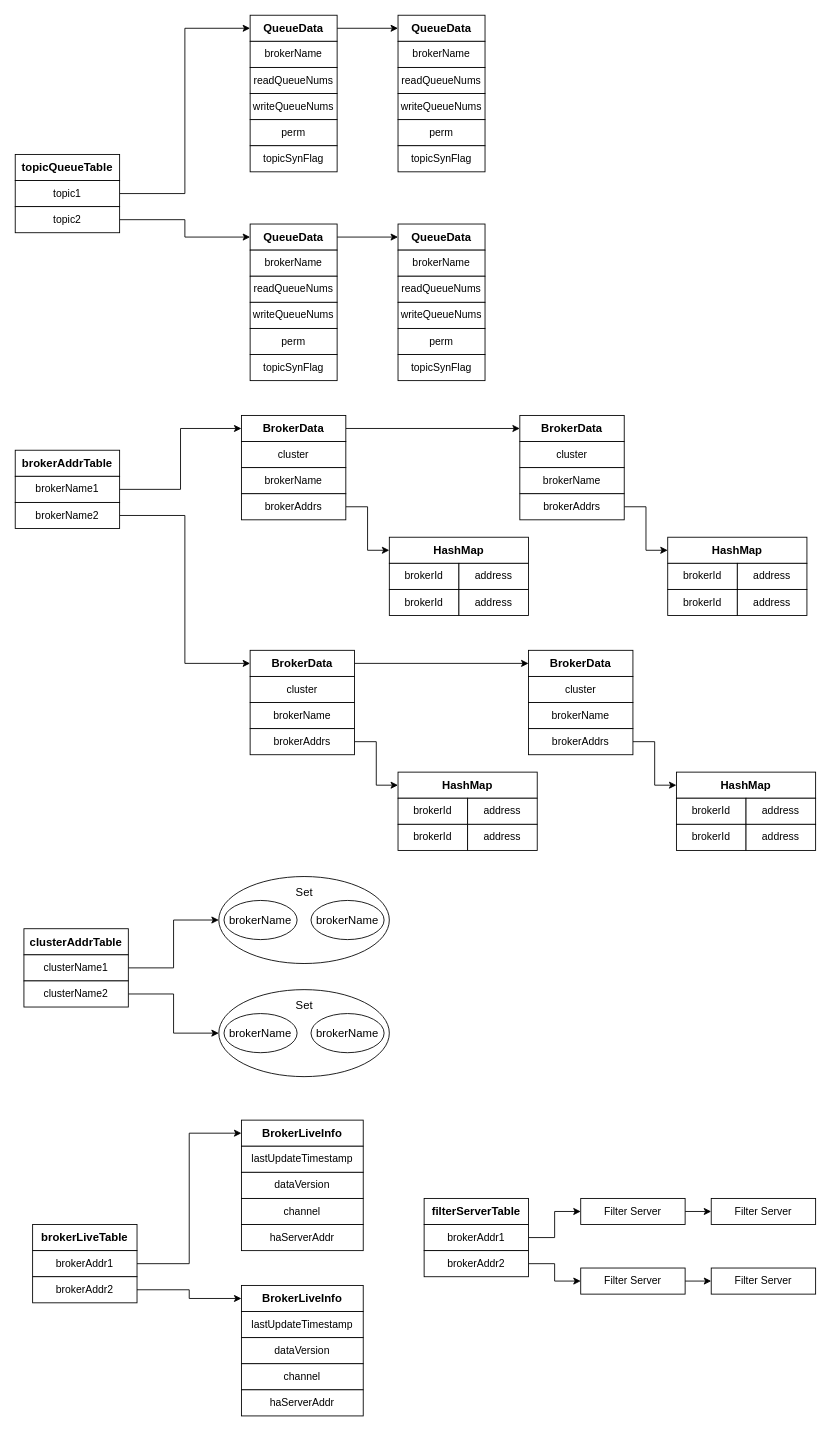
cquliaoli/drawio keeps this draw.io diagram as rocketmq/nameserver.drawio. Above is the earlier version. Source tidied: cells renumbered, new cells numbered last; positions are measured from the earlier drawing's top-left corner, leaving out a move shared by most shapes. Both pictures are drawn from the tidied source at 87%, with x=0, y=0 at pixel (15, 15).
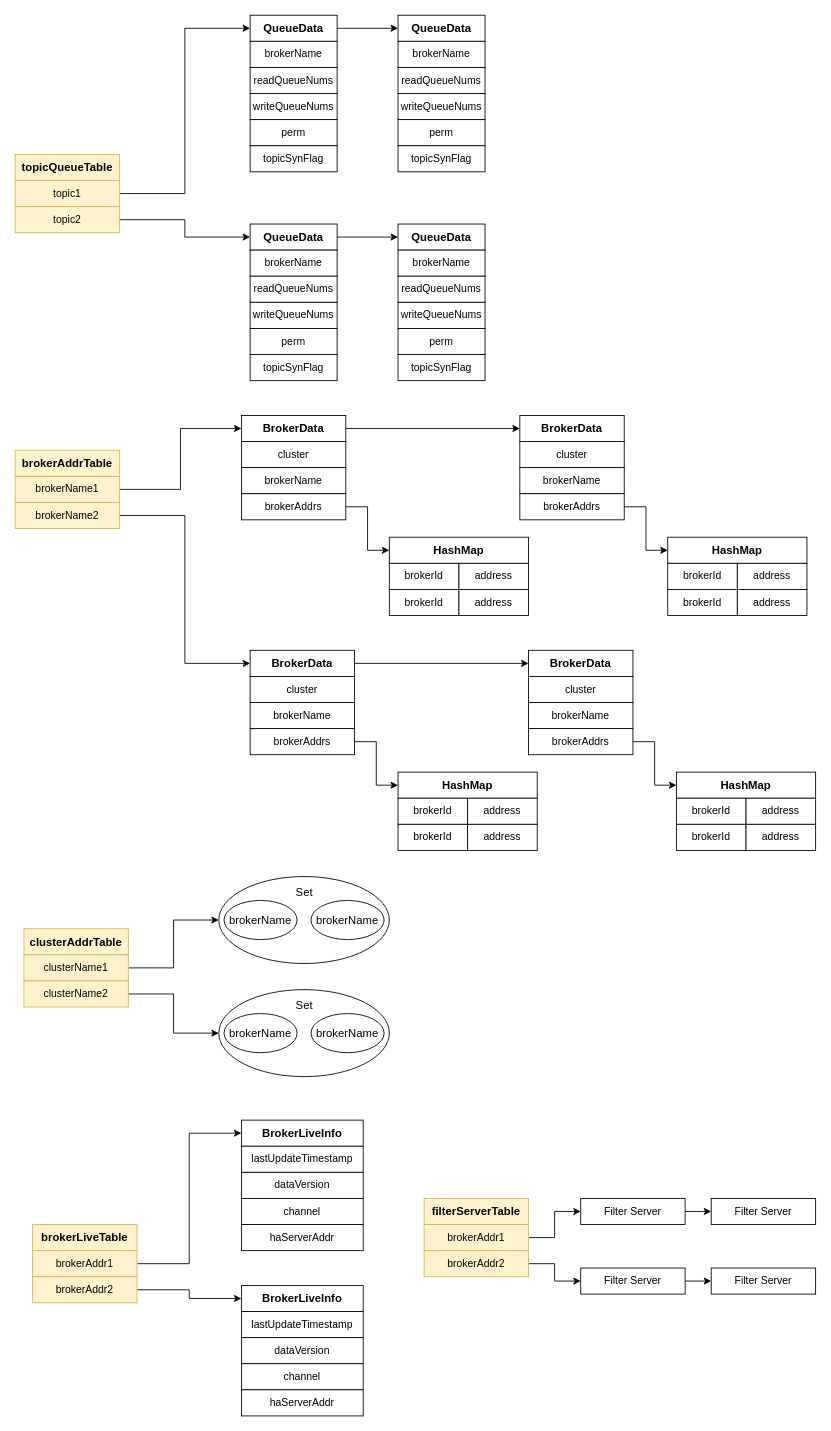
Above is the later version.

The edit, as a diff of the source:
```diff
@@
-    <mxCell id="2" value="topicQueueTable" style="whiteSpace=wrap;html=1;align=center;fontStyle=1;fontSize=13;" parent="1" vertex="1">
+    <mxCell id="2" value="topicQueueTable" style="whiteSpace=wrap;html=1;align=center;fontStyle=1;fontSize=13;fillColor=#fff2cc;strokeColor=#d6b656;" parent="1" vertex="1">
       <mxGeometry y="160" width="120" height="30" as="geometry" />
     </mxCell>
@@
-    <mxCell id="4" value="topic1" style="whiteSpace=wrap;html=1;align=center;" parent="1" vertex="1">
+    <mxCell id="4" value="topic1" style="whiteSpace=wrap;html=1;align=center;fillColor=#fff2cc;strokeColor=#d6b656;" parent="1" vertex="1">
       <mxGeometry y="190" width="120" height="30" as="geometry" />
     </mxCell>
@@
-    <mxCell id="6" value="topic2" style="whiteSpace=wrap;html=1;align=center;" parent="1" vertex="1">
+    <mxCell id="6" value="topic2" style="whiteSpace=wrap;html=1;align=center;fillColor=#fff2cc;strokeColor=#d6b656;" parent="1" vertex="1">
       <mxGeometry y="220" width="120" height="30" as="geometry" />
     </mxCell>
@@
-    <mxCell id="33" value="brokerAddrTable" style="whiteSpace=wrap;html=1;align=center;fontStyle=1;fontSize=13;" parent="1" vertex="1">
+    <mxCell id="33" value="brokerAddrTable" style="whiteSpace=wrap;html=1;align=center;fontStyle=1;fontSize=13;fillColor=#fff2cc;strokeColor=#d6b656;" parent="1" vertex="1">
       <mxGeometry y="500" width="120" height="30" as="geometry" />
     </mxCell>
@@
-    <mxCell id="35" value="brokerName1" style="whiteSpace=wrap;html=1;align=center;" parent="1" vertex="1">
+    <mxCell id="35" value="brokerName1" style="whiteSpace=wrap;html=1;align=center;fillColor=#fff2cc;strokeColor=#d6b656;" parent="1" vertex="1">
       <mxGeometry y="530" width="120" height="30" as="geometry" />
     </mxCell>
@@
-    <mxCell id="37" value="brokerName2" style="whiteSpace=wrap;html=1;align=center;" parent="1" vertex="1">
+    <mxCell id="37" value="brokerName2" style="whiteSpace=wrap;html=1;align=center;fillColor=#fff2cc;strokeColor=#d6b656;" parent="1" vertex="1">
       <mxGeometry y="560" width="120" height="30" as="geometry" />
     </mxCell>
@@
-    <mxCell id="80" value="clusterAddrTable" style="whiteSpace=wrap;html=1;align=center;fontStyle=1;fontSize=13;" parent="1" vertex="1">
+    <mxCell id="80" value="clusterAddrTable" style="whiteSpace=wrap;html=1;align=center;fontStyle=1;fontSize=13;fillColor=#fff2cc;strokeColor=#d6b656;" parent="1" vertex="1">
       <mxGeometry x="10" y="1050" width="120" height="30" as="geometry" />
     </mxCell>
@@
-    <mxCell id="82" value="clusterName1" style="whiteSpace=wrap;html=1;align=center;" parent="1" vertex="1">
+    <mxCell id="82" value="clusterName1" style="whiteSpace=wrap;html=1;align=center;fillColor=#fff2cc;strokeColor=#d6b656;" parent="1" vertex="1">
       <mxGeometry x="10" y="1080" width="120" height="30" as="geometry" />
     </mxCell>
@@
-    <mxCell id="84" value="clusterName2" style="whiteSpace=wrap;html=1;align=center;" parent="1" vertex="1">
+    <mxCell id="84" value="clusterName2" style="whiteSpace=wrap;html=1;align=center;fillColor=#fff2cc;strokeColor=#d6b656;" parent="1" vertex="1">
       <mxGeometry x="10" y="1110" width="120" height="30" as="geometry" />
     </mxCell>
@@
-    <mxCell id="93" value="brokerLiveTable" style="whiteSpace=wrap;html=1;align=center;fontStyle=1;fontSize=13;" parent="1" vertex="1">
+    <mxCell id="93" value="brokerLiveTable" style="whiteSpace=wrap;html=1;align=center;fontStyle=1;fontSize=13;fillColor=#fff2cc;strokeColor=#d6b656;" parent="1" vertex="1">
       <mxGeometry x="20" y="1390" width="120" height="30" as="geometry" />
     </mxCell>
@@
-    <mxCell id="95" value="brokerAddr1" style="whiteSpace=wrap;html=1;align=center;" parent="1" vertex="1">
+    <mxCell id="95" value="brokerAddr1" style="whiteSpace=wrap;html=1;align=center;fillColor=#fff2cc;strokeColor=#d6b656;" parent="1" vertex="1">
       <mxGeometry x="20" y="1420" width="120" height="30" as="geometry" />
     </mxCell>
@@
-    <mxCell id="97" value="brokerAddr2" style="whiteSpace=wrap;html=1;align=center;" parent="1" vertex="1">
+    <mxCell id="97" value="brokerAddr2" style="whiteSpace=wrap;html=1;align=center;fillColor=#fff2cc;strokeColor=#d6b656;" parent="1" vertex="1">
       <mxGeometry x="20" y="1450" width="120" height="30" as="geometry" />
     </mxCell>
@@
-    <mxCell id="108" value="filterServerTable" style="whiteSpace=wrap;html=1;align=center;fontStyle=1;fontSize=13;" parent="1" vertex="1">
+    <mxCell id="108" value="filterServerTable" style="whiteSpace=wrap;html=1;align=center;fontStyle=1;fontSize=13;fillColor=#fff2cc;strokeColor=#d6b656;" parent="1" vertex="1">
       <mxGeometry x="470" y="1360" width="120" height="30" as="geometry" />
     </mxCell>
@@
-    <mxCell id="110" value="brokerAddr1" style="whiteSpace=wrap;html=1;align=center;" parent="1" vertex="1">
+    <mxCell id="110" value="brokerAddr1" style="whiteSpace=wrap;html=1;align=center;fillColor=#fff2cc;strokeColor=#d6b656;" parent="1" vertex="1">
       <mxGeometry x="470" y="1390" width="120" height="30" as="geometry" />
     </mxCell>
@@
-    <mxCell id="112" value="brokerAddr2" style="whiteSpace=wrap;html=1;align=center;" parent="1" vertex="1">
+    <mxCell id="112" value="brokerAddr2" style="whiteSpace=wrap;html=1;align=center;fillColor=#fff2cc;strokeColor=#d6b656;" parent="1" vertex="1">
       <mxGeometry x="470" y="1420" width="120" height="30" as="geometry" />
     </mxCell>
```
